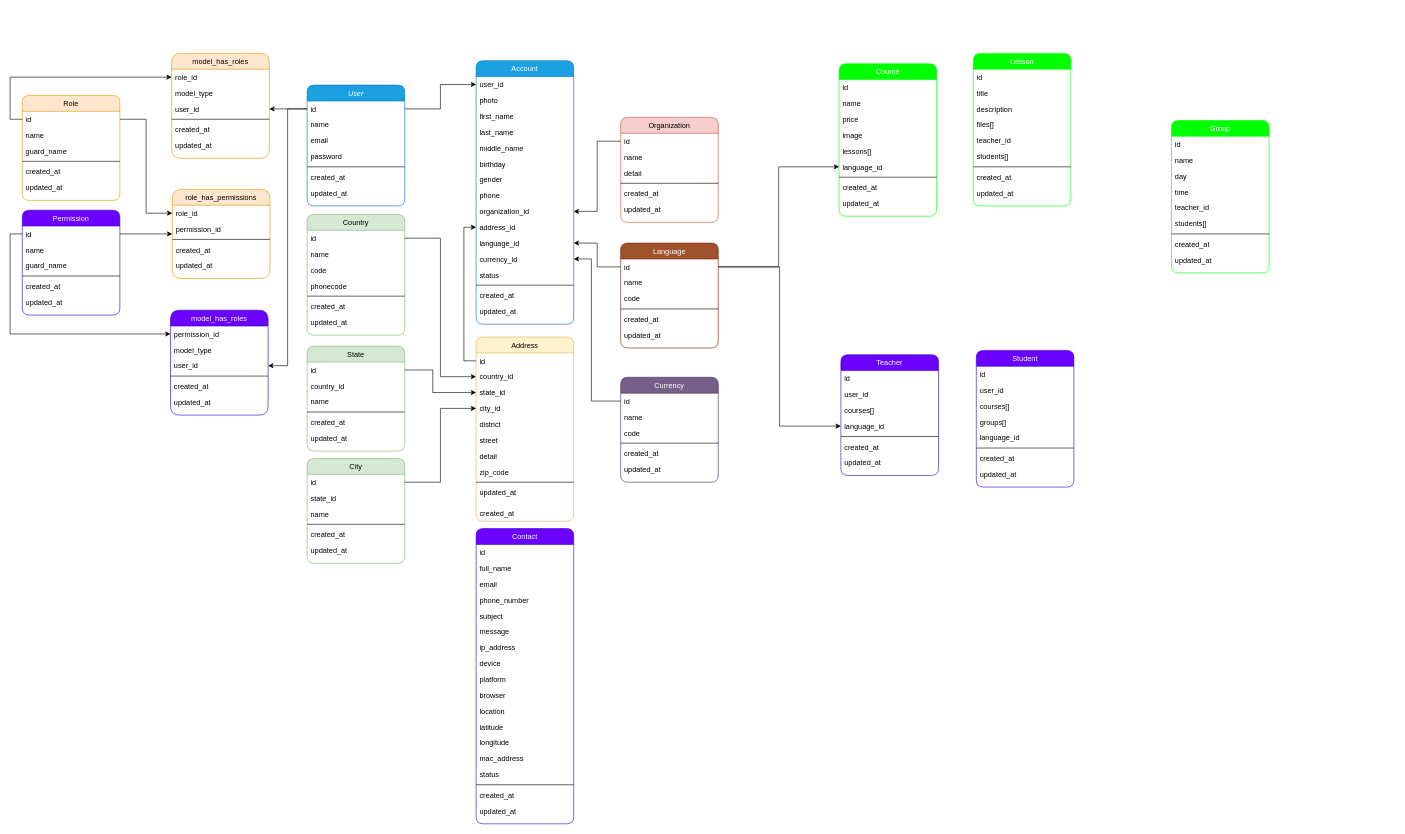
Before: public/Untitled Diagram.drawio in urinboy/EduCRM, a draw.io diagram. Source tidied: cells renumbered, new cells numbered last; positions are measured from the earlier drawing's top-left corner, leaving out a move shared by most shapes. Both pictures are drawn from the tidied source at 61%, with x=0, y=0 at pixel (22, 53).
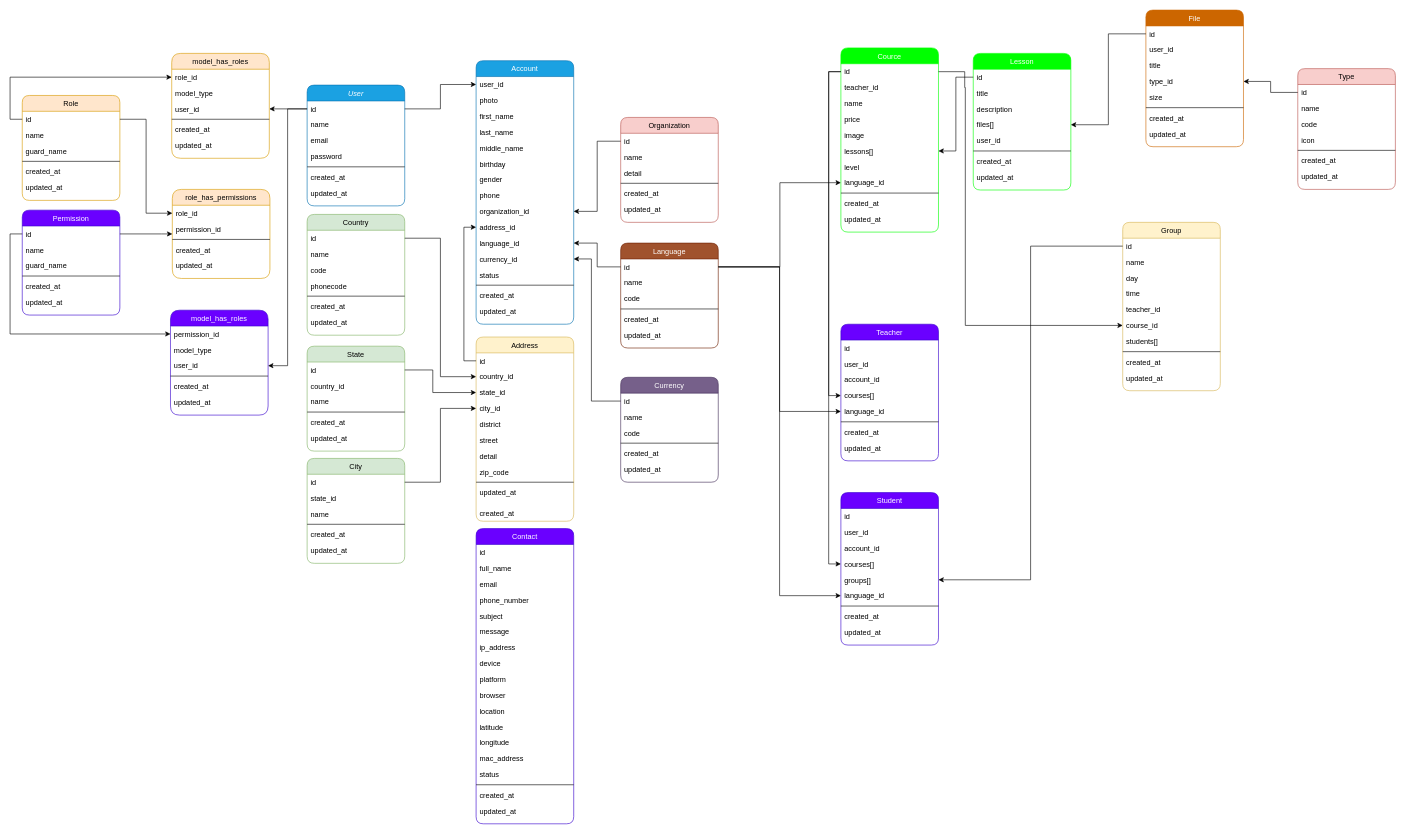
The same diagram, later.

Unchanged cells that the change refers to:
```xml
<mxCell id="114" value="id" style="text;align=left;verticalAlign=top;spacingLeft=4;spacingRight=4;overflow=hidden;points=[[0,0.5],[1,0.5]];portConstraint=eastwest;" parent="113" vertex="1">
  <mxGeometry y="26" width="160" height="26" as="geometry" />
</mxCell>
<mxCell id="131" value="id" style="text;align=left;verticalAlign=top;spacingLeft=4;spacingRight=4;overflow=hidden;points=[[0,0.5],[1,0.5]];portConstraint=eastwest;" parent="130" vertex="1">
  <mxGeometry y="26" width="160" height="26" as="geometry" />
</mxCell>
<mxCell id="141" value="id" style="text;align=left;verticalAlign=top;spacingLeft=4;spacingRight=4;overflow=hidden;points=[[0,0.5],[1,0.5]];portConstraint=eastwest;" parent="140" vertex="1">
  <mxGeometry y="26" width="160" height="26" as="geometry" />
</mxCell>
<mxCell id="190" value="id" style="text;align=left;verticalAlign=top;spacingLeft=4;spacingRight=4;overflow=hidden;points=[[0,0.5],[1,0.5]];portConstraint=eastwest;" parent="189" vertex="1">
  <mxGeometry y="26" width="160" height="26" as="geometry" />
</mxCell>
<mxCell id="193" value="files[]" style="text;align=left;verticalAlign=top;spacingLeft=4;spacingRight=4;overflow=hidden;points=[[0,0.5],[1,0.5]];portConstraint=eastwest;" parent="189" vertex="1">
  <mxGeometry y="104" width="160" height="26" as="geometry" />
</mxCell>
```

The edit, as a diff of the source:
```diff
@@
-    <mxCell id="130" value="Group" style="swimlane;fontStyle=0;align=center;verticalAlign=top;horizontal=1;startSize=26;rounded=1;shadow=0;strokeWidth=1;fillColor=#00FF00;strokeColor=#00FF00;fontColor=#ffffff;" parent="1" vertex="1">
-      <mxGeometry x="1884" y="110" width="160" height="250" as="geometry" />
+    <mxCell id="130" value="File" style="swimlane;fontStyle=0;align=center;verticalAlign=top;horizontal=1;startSize=26;rounded=1;shadow=0;strokeWidth=1;fillColor=#CC6600;strokeColor=#CC6600;fontColor=#ffffff;" parent="1" vertex="1">
+      <mxGeometry x="1842" y="-71" width="160" height="224" as="geometry" />
     </mxCell>
@@
+    <mxCell id="135" value="user_id" style="text;align=left;verticalAlign=top;spacingLeft=4;spacingRight=4;overflow=hidden;" parent="130" vertex="1">
+      <mxGeometry y="52" width="160" height="26" as="geometry" />
+    </mxCell>
-    <mxCell id="132" value="name" style="text;align=left;verticalAlign=top;spacingLeft=4;spacingRight=4;overflow=hidden;" parent="130" vertex="1">
-      <mxGeometry y="52" width="160" height="26" as="geometry" />
+    <mxCell id="132" value="title" style="text;align=left;verticalAlign=top;spacingLeft=4;spacingRight=4;overflow=hidden;" parent="130" vertex="1">
+      <mxGeometry y="78" width="160" height="26" as="geometry" />
     </mxCell>
-    <mxCell id="133" value="day" style="text;align=left;verticalAlign=top;spacingLeft=4;spacingRight=4;overflow=hidden;points=[[0,0.5],[1,0.5]];portConstraint=eastwest;" parent="130" vertex="1">
-      <mxGeometry y="78" width="160" height="26" as="geometry" />
+    <mxCell id="133" value="type_id" style="text;align=left;verticalAlign=top;spacingLeft=4;spacingRight=4;overflow=hidden;points=[[0,0.5],[1,0.5]];portConstraint=eastwest;" parent="130" vertex="1">
+      <mxGeometry y="104" width="160" height="26" as="geometry" />
     </mxCell>
-    <mxCell id="134" value="time" style="text;align=left;verticalAlign=top;spacingLeft=4;spacingRight=4;overflow=hidden;" parent="130" vertex="1">
-      <mxGeometry y="104" width="160" height="26" as="geometry" />
+    <mxCell id="134" value="size" style="text;align=left;verticalAlign=top;spacingLeft=4;spacingRight=4;overflow=hidden;" parent="130" vertex="1">
+      <mxGeometry y="130" width="160" height="26" as="geometry" />
     </mxCell>
-    <mxCell id="135" value="teacher_id" style="text;align=left;verticalAlign=top;spacingLeft=4;spacingRight=4;overflow=hidden;" parent="130" vertex="1">
-      <mxGeometry y="130" width="160" height="26" as="geometry" />
-    </mxCell>
-    <mxCell id="136" value="students[]" style="text;align=left;verticalAlign=top;spacingLeft=4;spacingRight=4;overflow=hidden;" parent="130" vertex="1">
-      <mxGeometry y="156" width="160" height="26" as="geometry" />
-    </mxCell>
     <mxCell id="137" style="line;html=1;strokeWidth=1;align=left;verticalAlign=middle;spacingTop=-1;spacingLeft=3;spacingRight=3;labelPosition=right;" parent="130" vertex="1">
-      <mxGeometry y="182" width="160" height="8" as="geometry" />
+      <mxGeometry y="156" width="160" height="8" as="geometry" />
     </mxCell>
     <mxCell id="138" value="created_at" style="text;align=left;verticalAlign=top;spacingLeft=4;spacingRight=4;overflow=hidden;" parent="130" vertex="1">
-      <mxGeometry y="190" width="160" height="26" as="geometry" />
+      <mxGeometry y="164" width="160" height="26" as="geometry" />
     </mxCell>
     <mxCell id="139" value="updated_at" style="text;align=left;verticalAlign=top;spacingLeft=4;spacingRight=4;overflow=hidden;" parent="130" vertex="1">
-      <mxGeometry y="216" width="160" height="34" as="geometry" />
+      <mxGeometry y="190" width="160" height="34" as="geometry" />
     </mxCell>
     <mxCell id="140" value="Cource" style="swimlane;fontStyle=0;align=center;verticalAlign=top;horizontal=1;startSize=26;rounded=1;shadow=0;strokeWidth=1;fillColor=#00FF00;strokeColor=#00FF00;fontColor=#ffffff;" parent="1" vertex="1">
-      <mxGeometry x="1339" y="17" width="160" height="250" as="geometry" />
+      <mxGeometry x="1342" y="-9" width="160" height="302" as="geometry" />
     </mxCell>
@@
+    <mxCell id="199" value="teacher_id" style="text;align=left;verticalAlign=top;spacingLeft=4;spacingRight=4;overflow=hidden;" parent="140" vertex="1">
+      <mxGeometry y="52" width="160" height="26" as="geometry" />
+    </mxCell>
     <mxCell id="142" value="name" style="text;align=left;verticalAlign=top;spacingLeft=4;spacingRight=4;overflow=hidden;" parent="140" vertex="1">
-      <mxGeometry y="52" width="160" height="26" as="geometry" />
+      <mxGeometry y="78" width="160" height="26" as="geometry" />
     </mxCell>
     <mxCell id="143" value="price" style="text;align=left;verticalAlign=top;spacingLeft=4;spacingRight=4;overflow=hidden;" parent="140" vertex="1">
-      <mxGeometry y="78" width="160" height="26" as="geometry" />
+      <mxGeometry y="104" width="160" height="26" as="geometry" />
     </mxCell>
     <mxCell id="144" value="image" style="text;align=left;verticalAlign=top;spacingLeft=4;spacingRight=4;overflow=hidden;" parent="140" vertex="1">
-      <mxGeometry y="104" width="160" height="26" as="geometry" />
+      <mxGeometry y="130" width="160" height="26" as="geometry" />
     </mxCell>
     <mxCell id="145" value="lessons[]" style="text;align=left;verticalAlign=top;spacingLeft=4;spacingRight=4;overflow=hidden;points=[[0,0.5],[1,0.5]];portConstraint=eastwest;" parent="140" vertex="1">
-      <mxGeometry y="130" width="160" height="26" as="geometry" />
+      <mxGeometry y="156" width="160" height="26" as="geometry" />
     </mxCell>
+    <mxCell id="200" value="level" style="text;align=left;verticalAlign=top;spacingLeft=4;spacingRight=4;overflow=hidden;" parent="140" vertex="1">
+      <mxGeometry y="182" width="160" height="26" as="geometry" />
+    </mxCell>
     <mxCell id="146" value="language_id" style="text;align=left;verticalAlign=top;spacingLeft=4;spacingRight=4;overflow=hidden;points=[[0,0.5],[1,0.5]];portConstraint=eastwest;" parent="140" vertex="1">
-      <mxGeometry y="156" width="160" height="26" as="geometry" />
+      <mxGeometry y="208" width="160" height="26" as="geometry" />
     </mxCell>
     <mxCell id="147" style="line;html=1;strokeWidth=1;align=left;verticalAlign=middle;spacingTop=-1;spacingLeft=3;spacingRight=3;labelPosition=right;" parent="140" vertex="1">
-      <mxGeometry y="182" width="160" height="8" as="geometry" />
+      <mxGeometry y="234" width="160" height="8" as="geometry" />
     </mxCell>
     <mxCell id="148" value="created_at" style="text;align=left;verticalAlign=top;spacingLeft=4;spacingRight=4;overflow=hidden;" parent="140" vertex="1">
-      <mxGeometry y="190" width="160" height="26" as="geometry" />
+      <mxGeometry y="242" width="160" height="26" as="geometry" />
     </mxCell>
     <mxCell id="149" value="updated_at" style="text;align=left;verticalAlign=top;spacingLeft=4;spacingRight=4;overflow=hidden;" parent="140" vertex="1">
-      <mxGeometry y="216" width="160" height="34" as="geometry" />
+      <mxGeometry y="268" width="160" height="34" as="geometry" />
     </mxCell>
     <mxCell id="150" value="Teacher" style="swimlane;fontStyle=0;align=center;verticalAlign=top;horizontal=1;startSize=26;rounded=1;shadow=0;strokeWidth=1;fillColor=#6a00ff;strokeColor=#3700CC;fontColor=#ffffff;" parent="1" vertex="1">
-      <mxGeometry x="1342" y="494" width="160" height="198" as="geometry" />
+      <mxGeometry x="1342" y="444" width="160" height="224" as="geometry" />
     </mxCell>
@@
+    <mxCell id="201" value="user_id" style="text;align=left;verticalAlign=top;spacingLeft=4;spacingRight=4;overflow=hidden;" parent="150" vertex="1">
+      <mxGeometry y="52" width="160" height="26" as="geometry" />
+    </mxCell>
-    <mxCell id="152" value="user_id" style="text;align=left;verticalAlign=top;spacingLeft=4;spacingRight=4;overflow=hidden;" parent="150" vertex="1">
-      <mxGeometry y="52" width="160" height="26" as="geometry" />
+    <mxCell id="152" value="account_id" style="text;align=left;verticalAlign=top;spacingLeft=4;spacingRight=4;overflow=hidden;" parent="150" vertex="1">
+      <mxGeometry y="78" width="160" height="26" as="geometry" />
     </mxCell>
     <mxCell id="153" value="courses[]" style="text;align=left;verticalAlign=top;spacingLeft=4;spacingRight=4;overflow=hidden;points=[[0,0.5],[1,0.5]];portConstraint=eastwest;" parent="150" vertex="1">
-      <mxGeometry y="78" width="160" height="26" as="geometry" />
+      <mxGeometry y="104" width="160" height="26" as="geometry" />
     </mxCell>
     <mxCell id="154" value="language_id" style="text;align=left;verticalAlign=top;spacingLeft=4;spacingRight=4;overflow=hidden;points=[[0,0.5],[1,0.5]];portConstraint=eastwest;" parent="150" vertex="1">
-      <mxGeometry y="104" width="160" height="26" as="geometry" />
+      <mxGeometry y="130" width="160" height="26" as="geometry" />
     </mxCell>
     <mxCell id="155" style="line;html=1;strokeWidth=1;align=left;verticalAlign=middle;spacingTop=-1;spacingLeft=3;spacingRight=3;labelPosition=right;" parent="150" vertex="1">
-      <mxGeometry y="130" width="160" height="8" as="geometry" />
+      <mxGeometry y="156" width="160" height="8" as="geometry" />
     </mxCell>
     <mxCell id="156" value="created_at" style="text;align=left;verticalAlign=top;spacingLeft=4;spacingRight=4;overflow=hidden;" parent="150" vertex="1">
-      <mxGeometry y="138" width="160" height="26" as="geometry" />
+      <mxGeometry y="164" width="160" height="26" as="geometry" />
     </mxCell>
     <mxCell id="157" value="updated_at" style="text;align=left;verticalAlign=top;spacingLeft=4;spacingRight=4;overflow=hidden;" parent="150" vertex="1">
-      <mxGeometry y="164" width="160" height="34" as="geometry" />
+      <mxGeometry y="190" width="160" height="34" as="geometry" />
     </mxCell>
@@
     <mxCell id="159" style="edgeStyle=orthogonalEdgeStyle;rounded=0;jettySize=auto;html=1;exitX=1;exitY=0.5;exitDx=0;exitDy=0;entryX=0;entryY=0.5;entryDx=0;entryDy=0;" parent="1" edge="1" source="114" target="146">
-      <mxGeometry relative="1" as="geometry" />
+      <mxGeometry relative="1" as="geometry">
+        <Array as="points">
+          <mxPoint x="1242" y="350" />
+          <mxPoint x="1242" y="212" />
+        </Array>
+      </mxGeometry>
     </mxCell>
@@
     <mxCell id="180" value="Student" style="swimlane;fontStyle=0;align=center;verticalAlign=top;horizontal=1;startSize=26;rounded=1;shadow=0;strokeWidth=1;fillColor=#6a00ff;strokeColor=#3700CC;fontColor=#ffffff;" parent="1" vertex="1">
-      <mxGeometry x="1564" y="487" width="160" height="224" as="geometry" />
+      <mxGeometry x="1342" y="720" width="160" height="250" as="geometry" />
     </mxCell>
@@
+    <mxCell id="202" value="account_id" style="text;align=left;verticalAlign=top;spacingLeft=4;spacingRight=4;overflow=hidden;" parent="180" vertex="1">
+      <mxGeometry y="78" width="160" height="26" as="geometry" />
+    </mxCell>
     <mxCell id="183" value="courses[]" style="text;align=left;verticalAlign=top;spacingLeft=4;spacingRight=4;overflow=hidden;points=[[0,0.5],[1,0.5]];portConstraint=eastwest;" parent="180" vertex="1">
-      <mxGeometry y="78" width="160" height="26" as="geometry" />
+      <mxGeometry y="104" width="160" height="26" as="geometry" />
     </mxCell>
     <mxCell id="184" value="groups[]" style="text;align=left;verticalAlign=top;spacingLeft=4;spacingRight=4;overflow=hidden;points=[[0,0.5],[1,0.5]];portConstraint=eastwest;" parent="180" vertex="1">
-      <mxGeometry y="104" width="160" height="26" as="geometry" />
+      <mxGeometry y="130" width="160" height="26" as="geometry" />
     </mxCell>
     <mxCell id="185" value="language_id" style="text;align=left;verticalAlign=top;spacingLeft=4;spacingRight=4;overflow=hidden;points=[[0,0.5],[1,0.5]];portConstraint=eastwest;" parent="180" vertex="1">
-      <mxGeometry y="130" width="160" height="26" as="geometry" />
+      <mxGeometry y="156" width="160" height="26" as="geometry" />
     </mxCell>
     <mxCell id="186" style="line;html=1;strokeWidth=1;align=left;verticalAlign=middle;spacingTop=-1;spacingLeft=3;spacingRight=3;labelPosition=right;" parent="180" vertex="1">
-      <mxGeometry y="156" width="160" height="8" as="geometry" />
+      <mxGeometry y="182" width="160" height="8" as="geometry" />
     </mxCell>
     <mxCell id="187" value="created_at" style="text;align=left;verticalAlign=top;spacingLeft=4;spacingRight=4;overflow=hidden;" parent="180" vertex="1">
-      <mxGeometry y="164" width="160" height="26" as="geometry" />
+      <mxGeometry y="190" width="160" height="26" as="geometry" />
     </mxCell>
     <mxCell id="188" value="updated_at" style="text;align=left;verticalAlign=top;spacingLeft=4;spacingRight=4;overflow=hidden;" parent="180" vertex="1">
-      <mxGeometry y="190" width="160" height="34" as="geometry" />
+      <mxGeometry y="216" width="160" height="34" as="geometry" />
     </mxCell>
     <mxCell id="189" value="Lesson" style="swimlane;fontStyle=0;align=center;verticalAlign=top;horizontal=1;startSize=26;rounded=1;shadow=0;strokeWidth=1;fillColor=#00FF00;strokeColor=#00FF00;fontColor=#ffffff;" parent="1" vertex="1">
-      <mxGeometry x="1559" width="160" height="250" as="geometry" />
+      <mxGeometry x="1559" width="160" height="224" as="geometry" />
     </mxCell>
@@
-    <mxCell id="194" value="teacher_id" style="text;align=left;verticalAlign=top;spacingLeft=4;spacingRight=4;overflow=hidden;" parent="189" vertex="1">
+    <mxCell id="194" value="user_id" style="text;align=left;verticalAlign=top;spacingLeft=4;spacingRight=4;overflow=hidden;" parent="189" vertex="1">
       <mxGeometry y="130" width="160" height="26" as="geometry" />
     </mxCell>
-    <mxCell id="195" value="students[]" style="text;align=left;verticalAlign=top;spacingLeft=4;spacingRight=4;overflow=hidden;" parent="189" vertex="1">
-      <mxGeometry y="156" width="160" height="26" as="geometry" />
-    </mxCell>
     <mxCell id="196" style="line;html=1;strokeWidth=1;align=left;verticalAlign=middle;spacingTop=-1;spacingLeft=3;spacingRight=3;labelPosition=right;" parent="189" vertex="1">
-      <mxGeometry y="182" width="160" height="8" as="geometry" />
+      <mxGeometry y="156" width="160" height="8" as="geometry" />
     </mxCell>
     <mxCell id="197" value="created_at" style="text;align=left;verticalAlign=top;spacingLeft=4;spacingRight=4;overflow=hidden;" parent="189" vertex="1">
-      <mxGeometry y="190" width="160" height="26" as="geometry" />
+      <mxGeometry y="164" width="160" height="26" as="geometry" />
     </mxCell>
     <mxCell id="198" value="updated_at" style="text;align=left;verticalAlign=top;spacingLeft=4;spacingRight=4;overflow=hidden;" parent="189" vertex="1">
-      <mxGeometry y="216" width="160" height="34" as="geometry" />
+      <mxGeometry y="190" width="160" height="34" as="geometry" />
     </mxCell>
+    <mxCell id="203" value="Group" style="swimlane;fontStyle=0;align=center;verticalAlign=top;horizontal=1;startSize=26;rounded=1;shadow=0;strokeWidth=1;fillColor=#fff2cc;strokeColor=#d6b656;" parent="1" vertex="1">
+      <mxGeometry x="1804" y="277" width="160" height="276" as="geometry" />
+    </mxCell>
+    <mxCell id="204" value="id" style="text;align=left;verticalAlign=top;spacingLeft=4;spacingRight=4;overflow=hidden;points=[[0,0.5],[1,0.5]];portConstraint=eastwest;" parent="203" vertex="1">
+      <mxGeometry y="26" width="160" height="26" as="geometry" />
+    </mxCell>
+    <mxCell id="205" value="name" style="text;align=left;verticalAlign=top;spacingLeft=4;spacingRight=4;overflow=hidden;" parent="203" vertex="1">
+      <mxGeometry y="52" width="160" height="26" as="geometry" />
+    </mxCell>
+    <mxCell id="206" value="day" style="text;align=left;verticalAlign=top;spacingLeft=4;spacingRight=4;overflow=hidden;" parent="203" vertex="1">
+      <mxGeometry y="78" width="160" height="26" as="geometry" />
+    </mxCell>
+    <mxCell id="207" value="time" style="text;align=left;verticalAlign=top;spacingLeft=4;spacingRight=4;overflow=hidden;" parent="203" vertex="1">
+      <mxGeometry y="104" width="160" height="26" as="geometry" />
+    </mxCell>
+    <mxCell id="208" value="teacher_id" style="text;align=left;verticalAlign=top;spacingLeft=4;spacingRight=4;overflow=hidden;" parent="203" vertex="1">
+      <mxGeometry y="130" width="160" height="26" as="geometry" />
+    </mxCell>
+    <mxCell id="209" value="course_id" style="text;align=left;verticalAlign=top;spacingLeft=4;spacingRight=4;overflow=hidden;points=[[0,0.5],[1,0.5]];portConstraint=eastwest;" parent="203" vertex="1">
+      <mxGeometry y="156" width="160" height="26" as="geometry" />
+    </mxCell>
+    <mxCell id="210" value="students[]" style="text;align=left;verticalAlign=top;spacingLeft=4;spacingRight=4;overflow=hidden;" parent="203" vertex="1">
+      <mxGeometry y="182" width="160" height="26" as="geometry" />
+    </mxCell>
+    <mxCell id="211" style="line;html=1;strokeWidth=1;align=left;verticalAlign=middle;spacingTop=-1;spacingLeft=3;spacingRight=3;labelPosition=right;" parent="203" vertex="1">
+      <mxGeometry y="208" width="160" height="8" as="geometry" />
+    </mxCell>
+    <mxCell id="212" value="created_at" style="text;align=left;verticalAlign=top;spacingLeft=4;spacingRight=4;overflow=hidden;" parent="203" vertex="1">
+      <mxGeometry y="216" width="160" height="26" as="geometry" />
+    </mxCell>
+    <mxCell id="213" value="updated_at" style="text;align=left;verticalAlign=top;spacingLeft=4;spacingRight=4;overflow=hidden;" parent="203" vertex="1">
+      <mxGeometry y="242" width="160" height="34" as="geometry" />
+    </mxCell>
+    <mxCell id="214" value="Type" style="swimlane;fontStyle=0;align=center;verticalAlign=top;horizontal=1;startSize=26;rounded=1;shadow=0;strokeWidth=1;fillColor=#f8cecc;strokeColor=#b85450;" parent="1" vertex="1">
+      <mxGeometry x="2091" y="25" width="160" height="198" as="geometry" />
+    </mxCell>
+    <mxCell id="215" value="id" style="text;align=left;verticalAlign=top;spacingLeft=4;spacingRight=4;overflow=hidden;points=[[0,0.5],[1,0.5]];portConstraint=eastwest;" parent="214" vertex="1">
+      <mxGeometry y="26" width="160" height="26" as="geometry" />
+    </mxCell>
+    <mxCell id="216" value="name" style="text;align=left;verticalAlign=top;spacingLeft=4;spacingRight=4;overflow=hidden;" parent="214" vertex="1">
+      <mxGeometry y="52" width="160" height="26" as="geometry" />
+    </mxCell>
+    <mxCell id="217" value="code" style="text;align=left;verticalAlign=top;spacingLeft=4;spacingRight=4;overflow=hidden;" parent="214" vertex="1">
+      <mxGeometry y="78" width="160" height="26" as="geometry" />
+    </mxCell>
+    <mxCell id="218" value="icon" style="text;align=left;verticalAlign=top;spacingLeft=4;spacingRight=4;overflow=hidden;" parent="214" vertex="1">
+      <mxGeometry y="104" width="160" height="26" as="geometry" />
+    </mxCell>
+    <mxCell id="219" style="line;html=1;strokeWidth=1;align=left;verticalAlign=middle;spacingTop=-1;spacingLeft=3;spacingRight=3;labelPosition=right;" parent="214" vertex="1">
+      <mxGeometry y="130" width="160" height="8" as="geometry" />
+    </mxCell>
+    <mxCell id="220" value="created_at" style="text;align=left;verticalAlign=top;spacingLeft=4;spacingRight=4;overflow=hidden;" parent="214" vertex="1">
+      <mxGeometry y="138" width="160" height="26" as="geometry" />
+    </mxCell>
+    <mxCell id="221" value="updated_at" style="text;align=left;verticalAlign=top;spacingLeft=4;spacingRight=4;overflow=hidden;" parent="214" vertex="1">
+      <mxGeometry y="164" width="160" height="34" as="geometry" />
+    </mxCell>
+    <mxCell id="222" style="edgeStyle=orthogonalEdgeStyle;rounded=0;jettySize=auto;html=1;exitX=0;exitY=0.5;exitDx=0;exitDy=0;entryX=1;entryY=0.5;entryDx=0;entryDy=0;" parent="1" edge="1" source="215" target="133">
+      <mxGeometry relative="1" as="geometry" />
+    </mxCell>
+    <mxCell id="223" style="edgeStyle=orthogonalEdgeStyle;rounded=0;jettySize=auto;html=1;exitX=0;exitY=0.5;exitDx=0;exitDy=0;entryX=1;entryY=0.5;entryDx=0;entryDy=0;" parent="1" edge="1" source="131" target="193">
+      <mxGeometry relative="1" as="geometry" />
+    </mxCell>
+    <mxCell id="224" style="edgeStyle=orthogonalEdgeStyle;rounded=0;jettySize=auto;html=1;exitX=0;exitY=0.5;exitDx=0;exitDy=0;" parent="1" edge="1" source="190" target="145">
+      <mxGeometry relative="1" as="geometry" />
+    </mxCell>
+    <mxCell id="225" style="edgeStyle=orthogonalEdgeStyle;rounded=0;jettySize=auto;html=1;exitX=1;exitY=0.5;exitDx=0;exitDy=0;" parent="1" edge="1" source="141" target="209">
+      <mxGeometry relative="1" as="geometry">
+        <Array as="points">
+          <mxPoint x="1545" y="30" />
+          <mxPoint x="1545" y="56" />
+          <mxPoint x="1546" y="56" />
+          <mxPoint x="1546" y="446" />
+        </Array>
+      </mxGeometry>
+    </mxCell>
+    <mxCell id="226" style="edgeStyle=orthogonalEdgeStyle;rounded=0;jettySize=auto;html=1;exitX=0;exitY=0.5;exitDx=0;exitDy=0;entryX=0;entryY=0.5;entryDx=0;entryDy=0;" parent="1" edge="1" source="141" target="153">
+      <mxGeometry relative="1" as="geometry" />
+    </mxCell>
+    <mxCell id="227" style="edgeStyle=orthogonalEdgeStyle;rounded=0;jettySize=auto;html=1;exitX=1;exitY=0.5;exitDx=0;exitDy=0;entryX=0;entryY=0.5;entryDx=0;entryDy=0;" parent="1" edge="1" source="114" target="185">
+      <mxGeometry relative="1" as="geometry" />
+    </mxCell>
+    <mxCell id="228" style="edgeStyle=orthogonalEdgeStyle;rounded=0;jettySize=auto;html=1;exitX=0;exitY=0.5;exitDx=0;exitDy=0;entryX=0;entryY=0.5;entryDx=0;entryDy=0;" parent="1" edge="1" source="141" target="183">
+      <mxGeometry relative="1" as="geometry" />
+    </mxCell>
+    <mxCell id="229" style="edgeStyle=orthogonalEdgeStyle;rounded=0;jettySize=auto;html=1;exitX=0;exitY=0.5;exitDx=0;exitDy=0;" parent="1" edge="1" source="204" target="184">
+      <mxGeometry relative="1" as="geometry" />
+    </mxCell>
```
